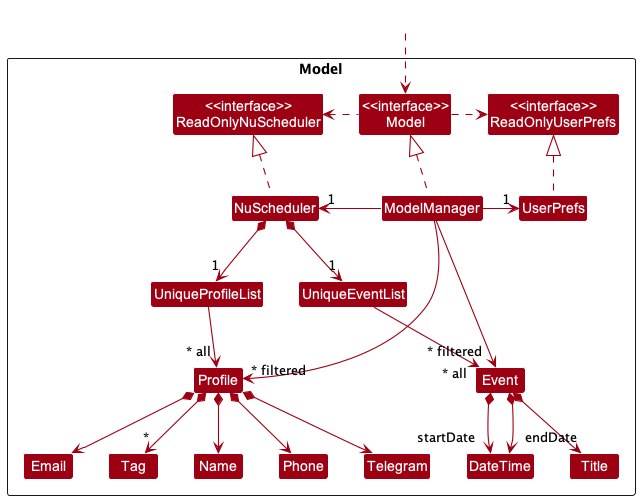
Earlier version of the PlantUML export docs/images/ModelClassDiagram.png (nus-cs2103-AY2223S1/tp).
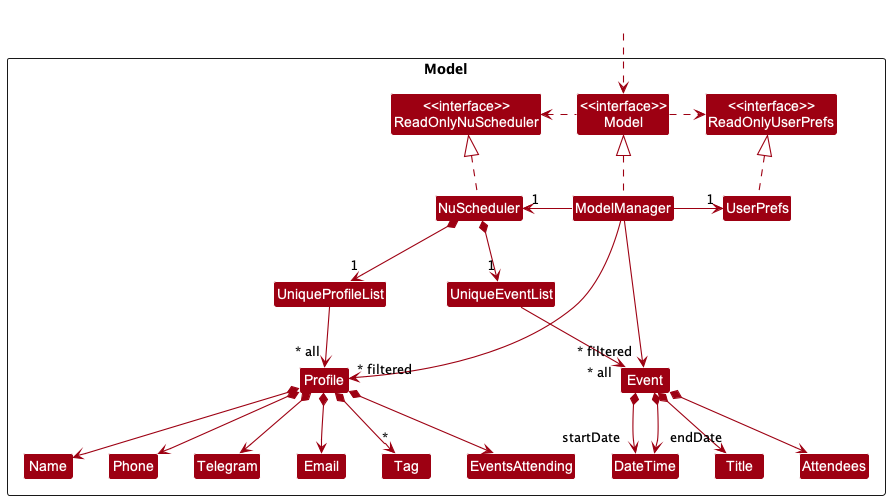
Above is the later version.

What changed in the source:
```diff
@@ -17,13 +17,14 @@
 Class Event
 Class DateTime
 Class Title
+Class Attendees
 Class Profile
 Class Telegram
 Class Email
 Class Name
 Class Phone
 Class Tag
-
+Class EventsAttending
 }
 
 Class HiddenOutside #FFFFFF
@@ -45,12 +46,14 @@
 Profile *--> Email
 Profile *--> Telegram
 Profile *--> "*" Tag
+Profile *--> EventsAttending
 
 NuScheduler *--> "1" UniqueEventList
 UniqueEventList --> "~* all" Event
 Event *--> Title
 Event *--> "startDate" DateTime
 Event *--> "endDate" DateTime
+Event *--> Attendees
 
 Name -[hidden]right-> Phone
 Phone -[hidden]right-> Telegram
```
